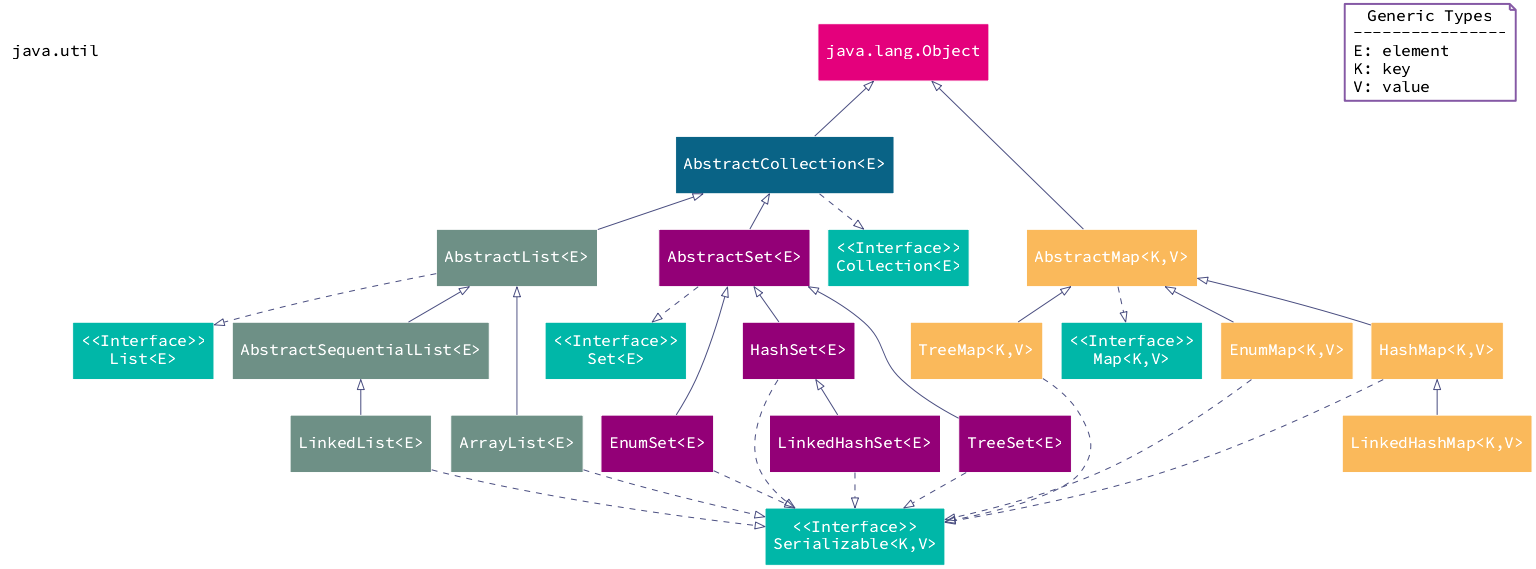
Before: static/image/2019/07/java-collections.png, a diagram exported from Graphviz (Jeanhwea/jeanhwea.github.io). Its source is kept beside it as static/image/2019/07/java-collections.dot.
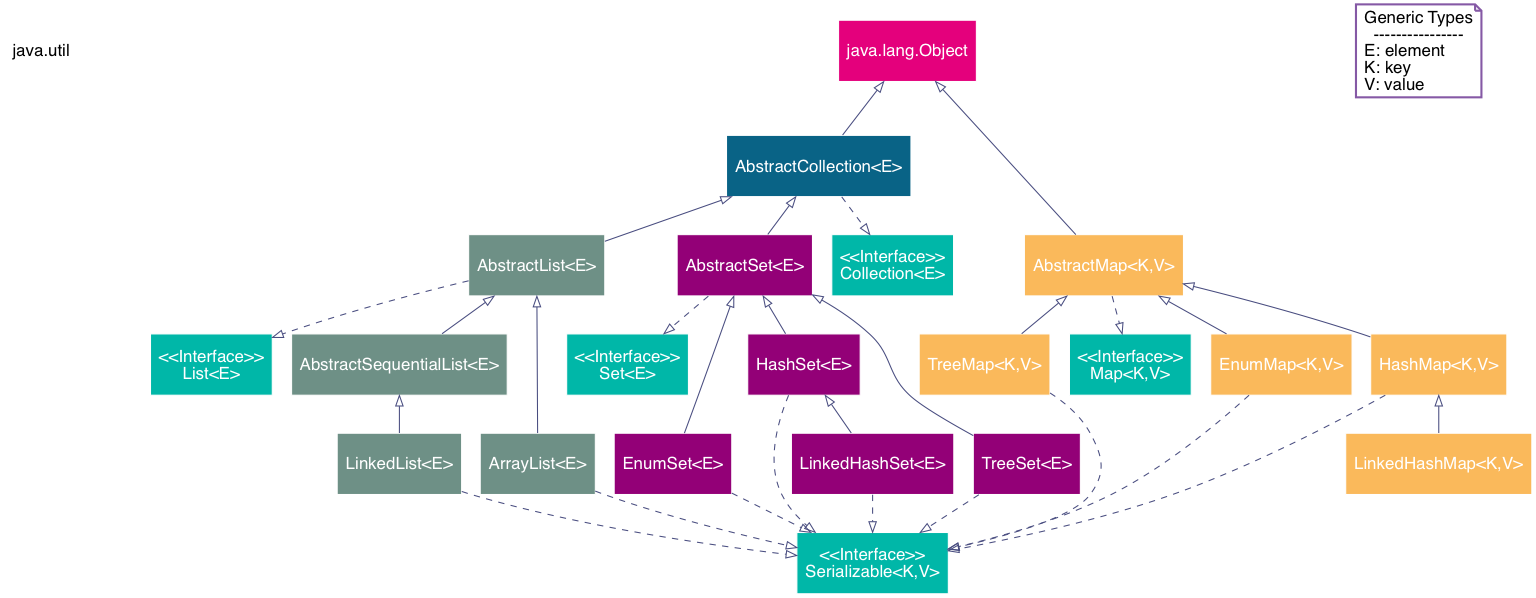
After the change.

What changed in the source:
```diff
@@ -2,7 +2,7 @@
   size="16"
 
   node [
-    fontname="Source Code Pro";
+    fontname="Helvetia";
     fontsize=16;
   ];
   package [
```
